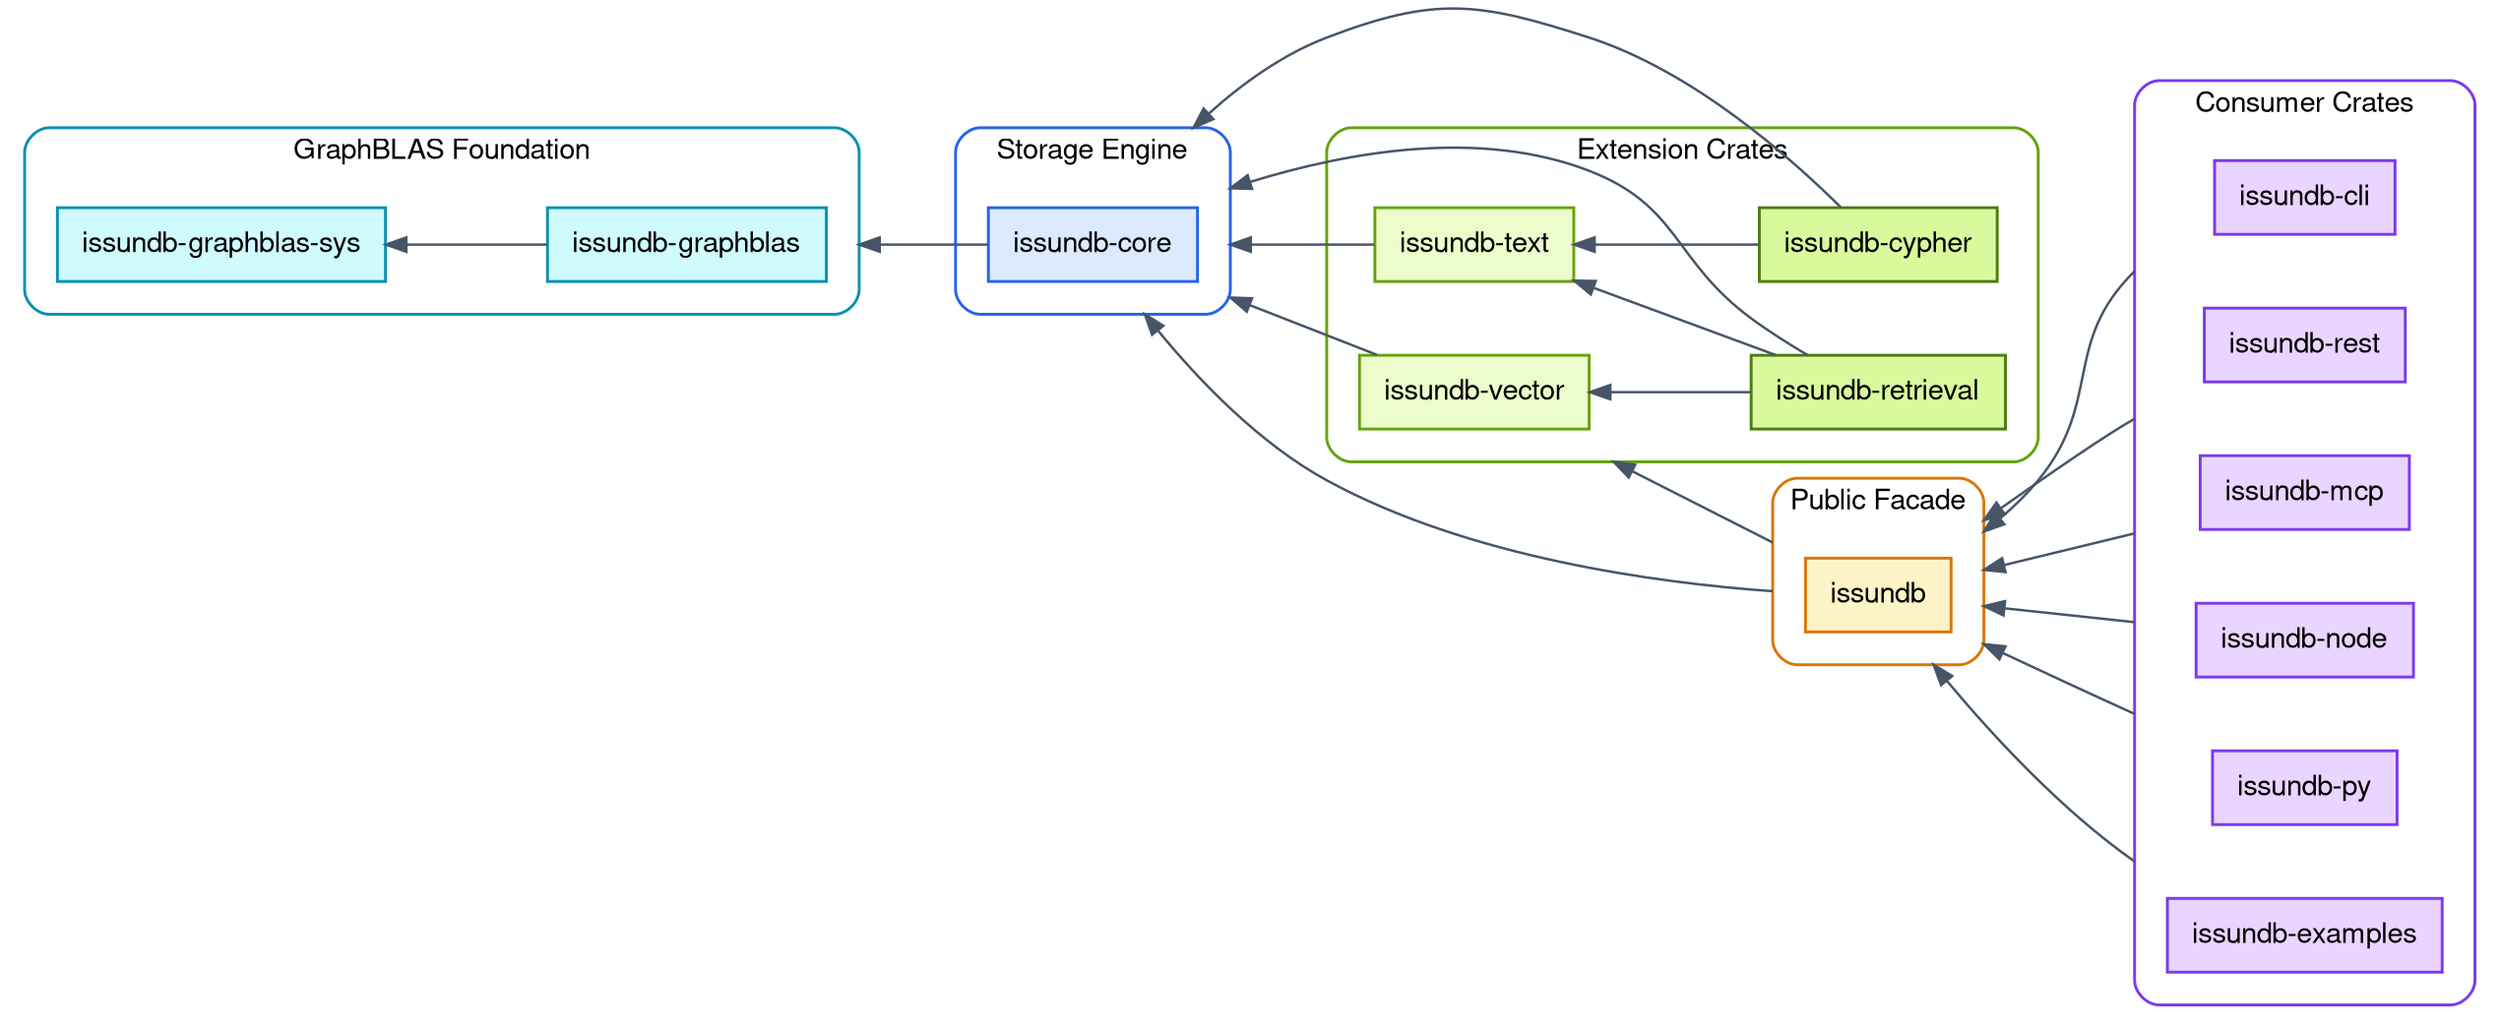
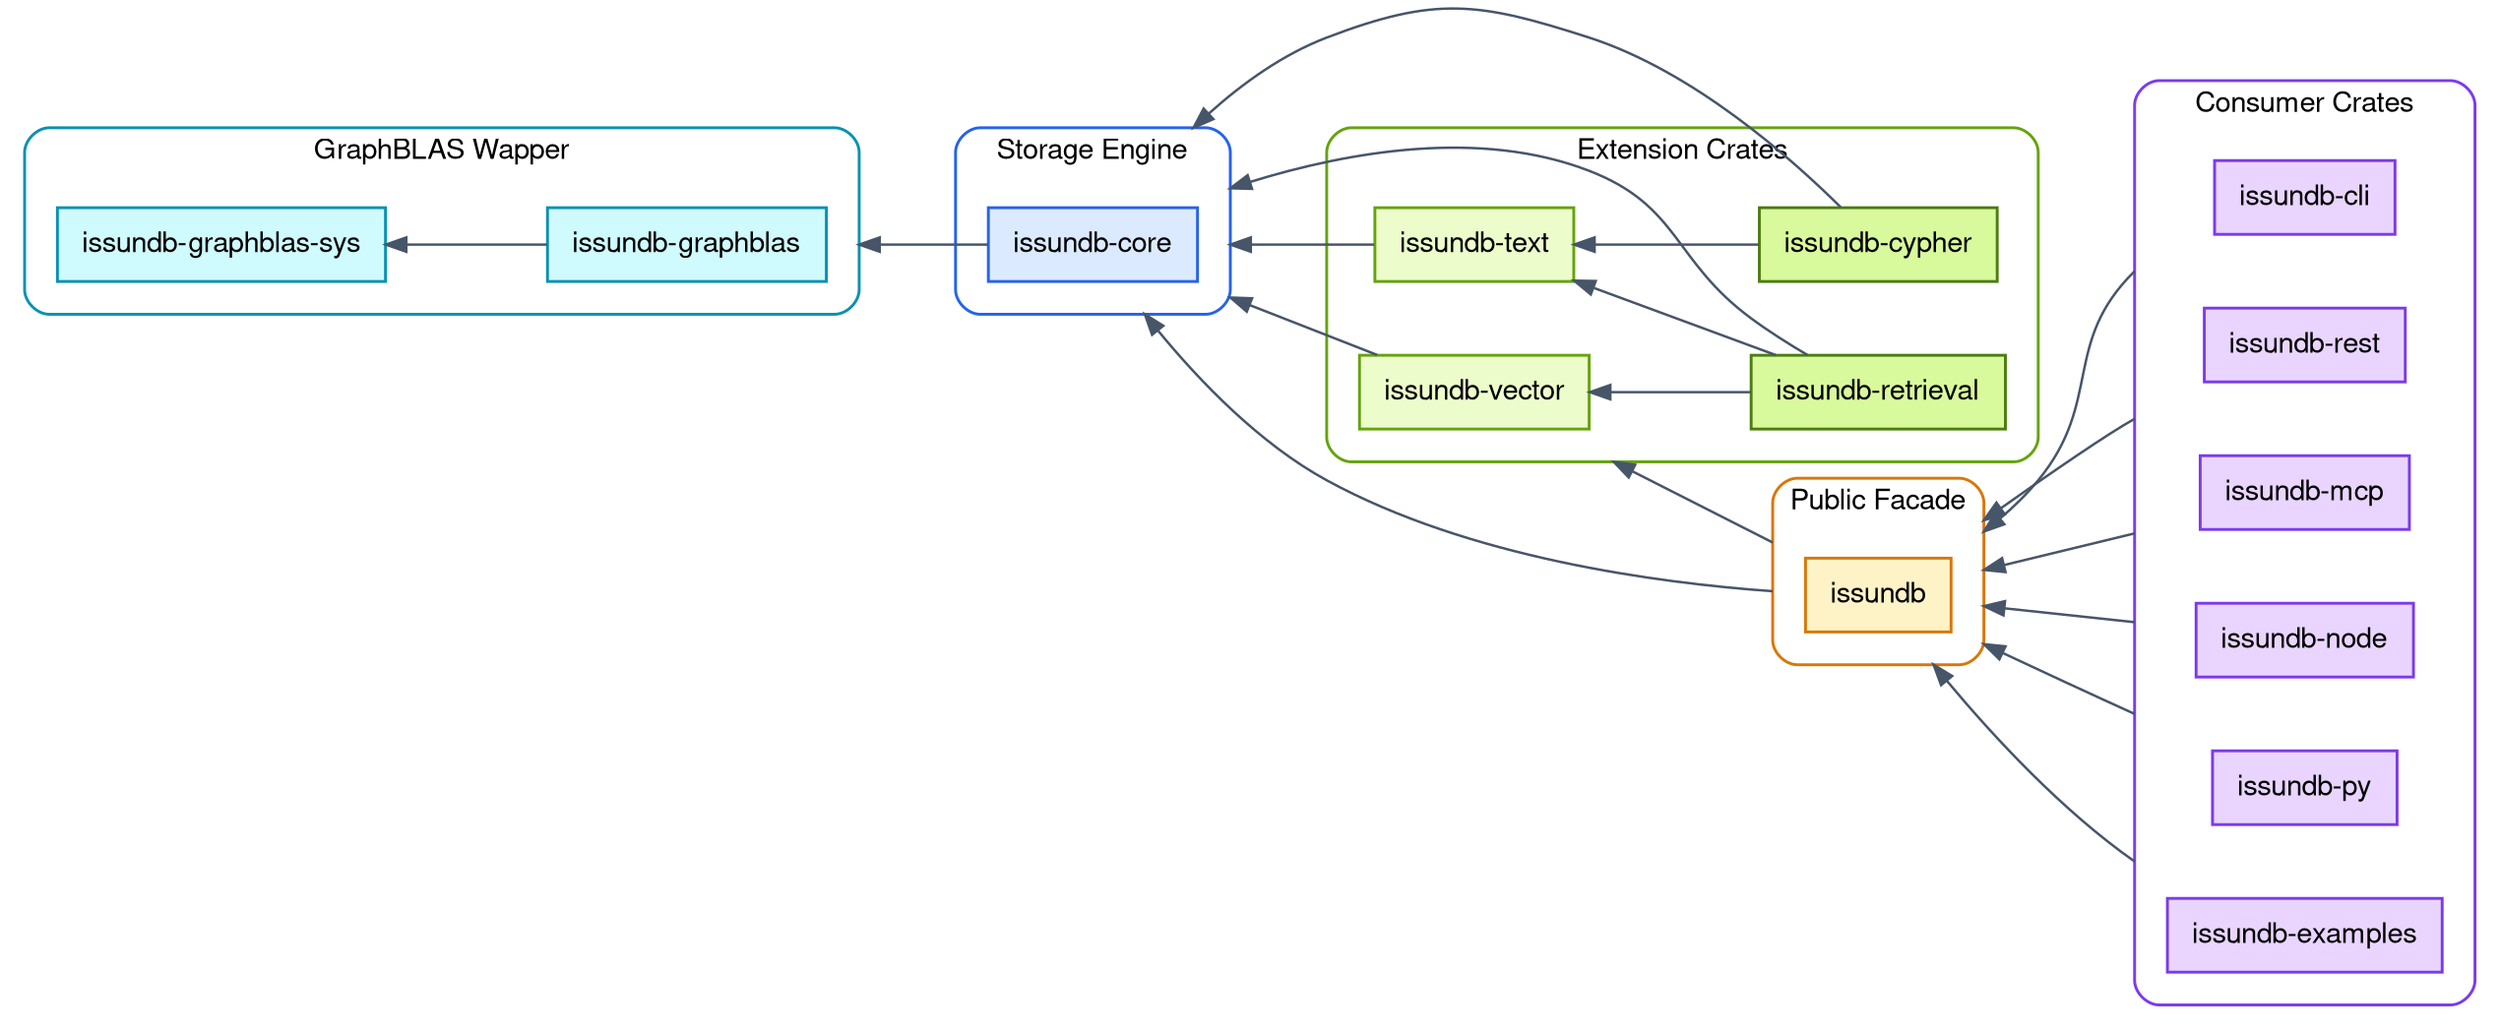
digraph IssunDBArchitecture {
    fontname = "Helvetica,Arial,sans-serif"
    layout = dot
    rankdir = RL
    ranksep = 1.1
    nodesep = 0.5
    splines = true
    bgcolor = "white"
    compound = true

    node [
    fontname = "Helvetica,Arial,sans-serif",
    shape = rect,
    style = "filled",
    color = "#475569",
    fillcolor = "white",
    penwidth = 1.4,
    margin = "0.16,0.10"
    ]

    edge [
    fontname = "Helvetica,Arial,sans-serif",
    fontsize = 10,
    color = "#475569",
    fontcolor = "#475569",
    penwidth = 1.2
    ]

    // ---------------------------------------------------------------
 // GraphBLAS foundation: raw FFI and safe wrapper.
 // ---------------------------------------------------------------
    subgraph cluster_graphblas {
-     label = "GraphBLAS Foundation"
+     label = "GraphBLAS Wapper"
    fontname = "Helvetica,Arial,sans-serif"
    fontsize = 14
    style = "rounded"
    color = "#0891B2"
    penwidth = 1.4
    margin = 16

    graphblas_sys [label = "issundb-graphblas-sys", fillcolor = "#CFFAFE", color = "#0891B2"]
    graphblas [label = "issundb-graphblas", fillcolor = "#CFFAFE", color = "#0891B2"]
    }

    // ---------------------------------------------------------------
 // Storage engine: the foundation crate.
 // ---------------------------------------------------------------
    subgraph cluster_core {
    label = "Storage Engine"
    fontname = "Helvetica,Arial,sans-serif"
    fontsize = 14
    style = "rounded"
    color = "#2563EB"
    penwidth = 1.4
    margin = 16

    core [label = "issundb-core", fillcolor = "#DBEAFE", color = "#2563EB"]
    }

    // ---------------------------------------------------------------
 // Extension crates: depend on core, never on each other upward.
 // ---------------------------------------------------------------
    subgraph cluster_ext {
    label = "Extension Crates"
    fontname = "Helvetica,Arial,sans-serif"
    fontsize = 14
    style = "rounded"
    color = "#65A30D"
    penwidth = 1.4
    margin = 16

    vector [label = "issundb-vector", fillcolor = "#ECFCCB", color = "#65A30D"]
    text [label = "issundb-text", fillcolor = "#ECFCCB", color = "#65A30D"]
    retrieval [label = "issundb-retrieval", fillcolor = "#D9F99D", color = "#4D7C0F"]
    cypher [label = "issundb-cypher", fillcolor = "#D9F99D", color = "#4D7C0F"]
    }

    // ---------------------------------------------------------------
 // Public facade.
 // ---------------------------------------------------------------
    subgraph cluster_facade {
    label = "Public Facade"
    fontname = "Helvetica,Arial,sans-serif"
    fontsize = 14
    style = "rounded"
    color = "#D97706"
    penwidth = 1.4
    margin = 16

    facade [label = "issundb", fillcolor = "#FEF3C7", color = "#D97706"]
    }

    // ---------------------------------------------------------------
 // Consumers: bindings, servers, tools. Facade-only.
 // ---------------------------------------------------------------
    subgraph cluster_consumers {
    label = "Consumer Crates"
    fontname = "Helvetica,Arial,sans-serif"
    fontsize = 14
    style = "rounded"
    color = "#7C3AED"
    penwidth = 1.4
    margin = 16

    cli [label = "issundb-cli", fillcolor = "#E9D5FF", color = "#7C3AED"]
    rest [label = "issundb-rest", fillcolor = "#E9D5FF", color = "#7C3AED"]
    mcp [label = "issundb-mcp", fillcolor = "#E9D5FF", color = "#7C3AED"]
    node_bind [label = "issundb-node", fillcolor = "#E9D5FF", color = "#7C3AED"]
    py_bind [label = "issundb-py", fillcolor = "#E9D5FF", color = "#7C3AED"]
    examples [label = "issundb-examples", fillcolor = "#E9D5FF", color = "#7C3AED"]
    }

    // ---------------------------------------------------------------
 // Dependency edges (point from dependent to dependency).
 // lhead/ltail clip the edge at the cluster border (compound = true)
 // so arrows attach to the enclosing cluster, not the inner box.
 // ---------------------------------------------------------------

    // GraphBLAS internal edge.
    graphblas -> graphblas_sys

    // Core depends on the safe GraphBLAS wrapper.
    core -> graphblas [lhead = cluster_graphblas]

    // Extension crates depend on core.
    vector -> core [lhead = cluster_core]
    text -> core [lhead = cluster_core]
    retrieval -> core [lhead = cluster_core]
    retrieval -> vector
    retrieval -> text
    cypher -> core [lhead = cluster_core]
    cypher -> text

    // Facade composes the extensions and core.
    facade -> core [ltail = cluster_facade, lhead = cluster_core]
    facade -> vector [ltail = cluster_facade, lhead = cluster_ext]

    // Consumers depend only on the facade.
    cli -> facade [ltail = cluster_consumers, lhead = cluster_facade]
    rest -> facade [ltail = cluster_consumers, lhead = cluster_facade]
    mcp -> facade [ltail = cluster_consumers, lhead = cluster_facade]
    node_bind -> facade [ltail = cluster_consumers, lhead = cluster_facade]
    py_bind -> facade [ltail = cluster_consumers, lhead = cluster_facade]
    examples -> facade [ltail = cluster_consumers, lhead = cluster_facade]
}
